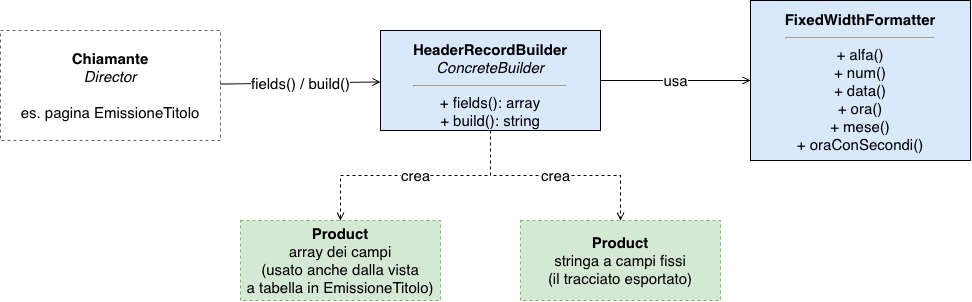
Leddosja/thesis-EdisHodja keeps this draw.io diagram as img/patterns/builder.png. Above is the earlier version. Source tidied: cells renumbered, new cells last; positions are measured from the earlier drawing's top-left corner, leaving out a move shared by most shapes.
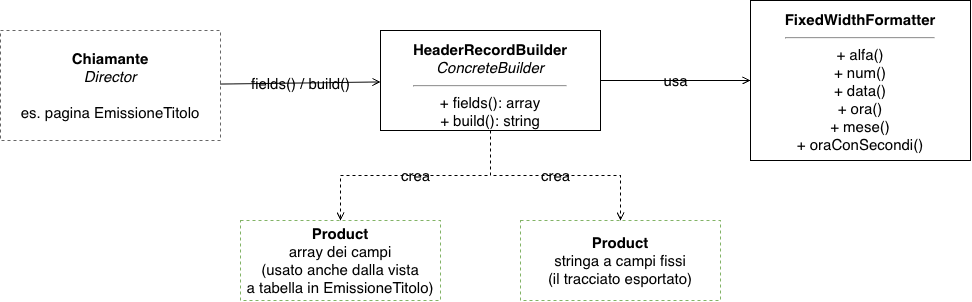
The same file after the commit.

Diff of the diagram source:
```diff
@@ -5,28 +5,28 @@
     <mxCell id="2" value="&lt;b&gt;Chiamante&lt;/b&gt;&lt;br&gt;&lt;i&gt;Director&lt;/i&gt;&lt;br&gt;&lt;br&gt;es. pagina EmissioneTitolo" style="rounded=0;whiteSpace=wrap;html=1;align=center;verticalAlign=middle;fontSize=15;dashed=1;fillColor=#ffffff;strokeColor=#666666;" parent="1" vertex="1">
       <mxGeometry y="30" width="220" height="110" as="geometry" />
     </mxCell>
-    <mxCell id="3" value="&lt;b&gt;HeaderRecordBuilder&lt;/b&gt;&lt;br&gt;&lt;i&gt;ConcreteBuilder&lt;/i&gt;&lt;hr&gt;+ fields(): array&lt;br&gt;+ build(): string" style="rounded=0;whiteSpace=wrap;html=1;align=center;verticalAlign=top;fontSize=15;spacing=6;fillColor=#dae8fc;strokeColor=#000000;" parent="1" vertex="1">
+    <mxCell id="3" value="&lt;b&gt;HeaderRecordBuilder&lt;/b&gt;&lt;br&gt;&lt;i&gt;ConcreteBuilder&lt;/i&gt;&lt;hr&gt;+ fields(): array&lt;br&gt;+ build(): string" style="rounded=0;whiteSpace=wrap;html=1;align=center;verticalAlign=top;fontSize=15;spacing=6;fillColor=none;strokeColor=#000000;labelBackgroundColor=none;" parent="1" vertex="1">
       <mxGeometry x="380" y="30" width="220" height="100" as="geometry" />
     </mxCell>
-    <mxCell id="4" value="&lt;b&gt;FixedWidthFormatter&lt;/b&gt;&lt;hr&gt;+ alfa()&lt;br&gt;+ num()&lt;br&gt;+ data()&lt;br&gt;+ ora()&lt;br&gt;+ mese()&lt;br&gt;+ oraConSecondi()" style="rounded=0;whiteSpace=wrap;html=1;align=center;verticalAlign=top;fontSize=15;spacing=6;fillColor=#dae8fc;strokeColor=#000000;" parent="1" vertex="1">
+    <mxCell id="4" value="&lt;b&gt;FixedWidthFormatter&lt;/b&gt;&lt;hr&gt;+ alfa()&lt;br&gt;+ num()&lt;br&gt;+ data()&lt;br&gt;+ ora()&lt;br&gt;+ mese()&lt;br&gt;+ oraConSecondi()" style="rounded=0;whiteSpace=wrap;html=1;align=center;verticalAlign=top;fontSize=15;spacing=6;fillColor=none;strokeColor=#000000;labelBackgroundColor=none;" parent="1" vertex="1">
       <mxGeometry x="750" width="220" height="160" as="geometry" />
     </mxCell>
-    <mxCell id="5" value="&lt;b&gt;Product&lt;/b&gt;&lt;br&gt;array dei campi&lt;br&gt;(usato anche dalla vista&lt;br&gt;a tabella in EmissioneTitolo)" style="rounded=0;whiteSpace=wrap;html=1;align=center;verticalAlign=middle;fontSize=15;dashed=1;fillColor=#d5e8d4;strokeColor=#82b366;" parent="1" vertex="1">
+    <mxCell id="5" value="&lt;b&gt;Product&lt;/b&gt;&lt;br&gt;array dei campi&lt;br&gt;(usato anche dalla vista&lt;br&gt;a tabella in EmissioneTitolo)" style="rounded=0;whiteSpace=wrap;html=1;align=center;verticalAlign=middle;fontSize=15;dashed=1;fillColor=none;strokeColor=#82b366;labelBackgroundColor=none;" parent="1" vertex="1">
       <mxGeometry x="240" y="220" width="200" height="80" as="geometry" />
     </mxCell>
-    <mxCell id="6" value="&lt;b&gt;Product&lt;/b&gt;&lt;br&gt;stringa a campi fissi&lt;br&gt;(il tracciato esportato)" style="rounded=0;whiteSpace=wrap;html=1;align=center;verticalAlign=middle;fontSize=15;dashed=1;fillColor=#d5e8d4;strokeColor=#82b366;" parent="1" vertex="1">
+    <mxCell id="6" value="&lt;b&gt;Product&lt;/b&gt;&lt;br&gt;stringa a campi fissi&lt;br&gt;(il tracciato esportato)" style="rounded=0;whiteSpace=wrap;html=1;align=center;verticalAlign=middle;fontSize=15;dashed=1;fillColor=none;strokeColor=#82b366;labelBackgroundColor=none;" parent="1" vertex="1">
       <mxGeometry x="520" y="220" width="200" height="80" as="geometry" />
     </mxCell>
-    <mxCell id="7" value="fields() / build()" style="rounded=0;html=1;fontSize=15;endArrow=open;elbow=vertical;" parent="1" edge="1" source="2" target="3">
+    <mxCell id="7" value="fields() / build()" style="rounded=0;html=1;fontSize=15;endArrow=open;elbow=vertical;labelBackgroundColor=none;" parent="1" edge="1" source="2" target="3">
       <mxGeometry relative="1" as="geometry" />
     </mxCell>
-    <mxCell id="8" value="usa" style="rounded=0;html=1;fontSize=15;endArrow=open;elbow=vertical;" parent="1" edge="1" source="3" target="4">
+    <mxCell id="8" value="usa" style="rounded=0;html=1;fontSize=15;endArrow=open;elbow=vertical;labelBackgroundColor=none;" parent="1" edge="1" source="3" target="4">
       <mxGeometry relative="1" as="geometry" />
     </mxCell>
-    <mxCell id="9" value="crea" style="edgeStyle=orthogonalEdgeStyle;rounded=0;html=1;fontSize=15;endArrow=open;dashed=1;" parent="1" edge="1" source="3" target="5">
+    <mxCell id="9" value="crea" style="edgeStyle=orthogonalEdgeStyle;rounded=0;html=1;fontSize=15;endArrow=open;dashed=1;labelBackgroundColor=none;" parent="1" edge="1" source="3" target="5">
       <mxGeometry relative="1" as="geometry" />
     </mxCell>
-    <mxCell id="10" value="crea" style="edgeStyle=orthogonalEdgeStyle;rounded=0;html=1;fontSize=15;endArrow=open;dashed=1;" parent="1" edge="1" source="3" target="6">
+    <mxCell id="10" value="crea" style="edgeStyle=orthogonalEdgeStyle;rounded=0;html=1;fontSize=15;endArrow=open;dashed=1;labelBackgroundColor=none;" parent="1" edge="1" source="3" target="6">
       <mxGeometry relative="1" as="geometry" />
     </mxCell>
   </root>
```
